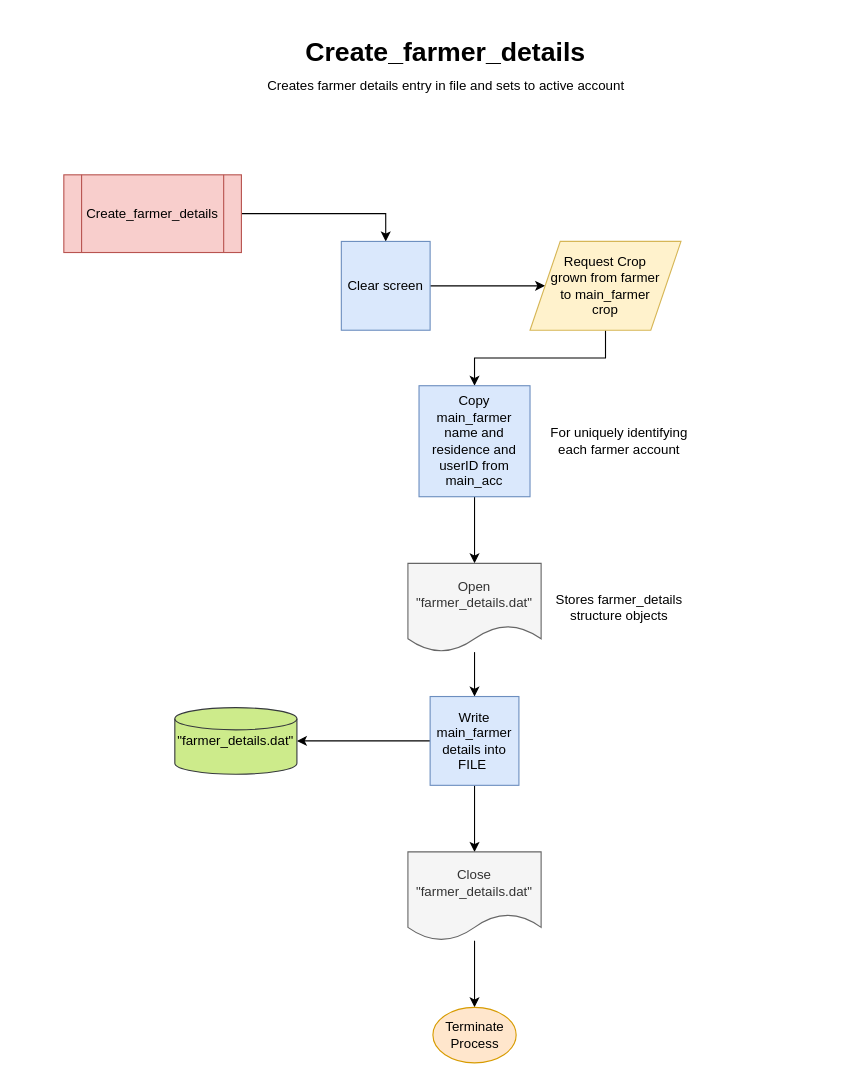
Before: Flow Charts/6. Create_farmer_details.drawio in dhruvbanerjee77/FARMHOUSE-A-Marketing-Portal, a draw.io diagram. Source tidied: cells renumbered, new cells numbered last; positions are measured from the earlier drawing's top-left corner, leaving out a move shared by most shapes. Both pictures are drawn from the tidied source at 111%, with x=0, y=0 at pixel (63, 30).
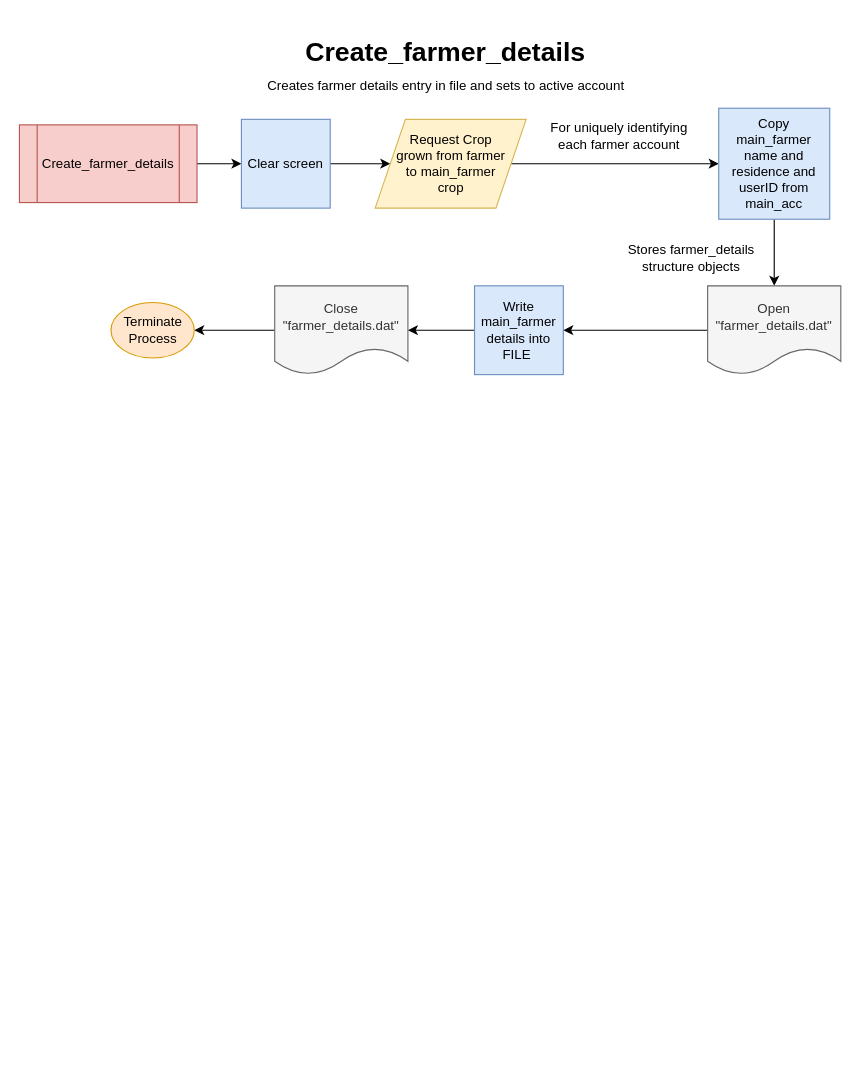
The same diagram, later.

The edit, as a diff of the source:
```diff
@@
-    <mxCell id="2" style="edgeStyle=orthogonalEdgeStyle;rounded=0;jettySize=auto;html=1;entryX=0.5;entryY=0;entryDx=0;entryDy=0;" parent="1" edge="1" source="3" target="5">
+    <mxCell id="2" style="edgeStyle=orthogonalEdgeStyle;rounded=0;jettySize=auto;html=1;entryX=0;entryY=0.5;entryDx=0;entryDy=0;" parent="1" edge="1" source="3" target="5">
       <mxGeometry relative="1" as="geometry" />
     </mxCell>
     <mxCell id="3" value="Create_farmer_details" style="shape=process;whiteSpace=wrap;html=1;backgroundOutline=1;strokeWidth=1;fillColor=#f8cecc;strokeColor=#b85450;" parent="1" vertex="1">
-      <mxGeometry y="130" width="160" height="70" as="geometry" />
+      <mxGeometry x="-40" y="85" width="160" height="70" as="geometry" />
     </mxCell>
-    <mxCell id="4" style="edgeStyle=orthogonalEdgeStyle;rounded=0;jettySize=auto;html=1;" parent="1" edge="1" source="5" target="7">
+    <mxCell id="4" style="edgeStyle=orthogonalEdgeStyle;rounded=0;jettySize=auto;html=1;entryX=0;entryY=0.5;entryDx=0;entryDy=0;" parent="1" edge="1" source="5" target="7">
       <mxGeometry relative="1" as="geometry" />
     </mxCell>
     <mxCell id="5" value="Clear screen" style="whiteSpace=wrap;html=1;strokeWidth=1;fillColor=#dae8fc;strokeColor=#6c8ebf;" parent="1" vertex="1">
-      <mxGeometry x="250" y="190" width="80" height="80" as="geometry" />
+      <mxGeometry x="160" y="80" width="80" height="80" as="geometry" />
     </mxCell>
@@
     <mxCell id="7" value="Request Crop grown from farmer to main_farmer crop" style="shape=parallelogram;perimeter=parallelogramPerimeter;whiteSpace=wrap;html=1;strokeWidth=1;spacingLeft=15;spacingRight=15;fillColor=#fff2cc;strokeColor=#d6b656;" parent="1" vertex="1">
-      <mxGeometry x="420" y="190" width="136" height="80" as="geometry" />
+      <mxGeometry x="280.5" y="80" width="136" height="80" as="geometry" />
     </mxCell>
-    <mxCell id="8" style="edgeStyle=orthogonalEdgeStyle;rounded=0;jettySize=auto;html=1;entryX=0.5;entryY=0;entryDx=0;entryDy=0;" parent="1" edge="1" source="9" target="11">
+    <mxCell id="8" style="edgeStyle=orthogonalEdgeStyle;rounded=0;jettySize=auto;html=1;" parent="1" edge="1" source="9" target="11">
       <mxGeometry relative="1" as="geometry" />
     </mxCell>
     <mxCell id="9" value="Copy main_farmer name and residence and userID from main_acc" style="whiteSpace=wrap;html=1;strokeWidth=1;fillColor=#dae8fc;strokeColor=#6c8ebf;" parent="1" vertex="1">
-      <mxGeometry x="320" y="320" width="100" height="100" as="geometry" />
+      <mxGeometry x="590" y="70" width="100" height="100" as="geometry" />
     </mxCell>
-    <mxCell id="10" style="edgeStyle=orthogonalEdgeStyle;rounded=0;jettySize=auto;html=1;entryX=0.5;entryY=0;entryDx=0;entryDy=0;" parent="1" edge="1" source="11" target="14">
+    <mxCell id="10" style="edgeStyle=orthogonalEdgeStyle;rounded=0;jettySize=auto;html=1;entryX=1;entryY=0.5;entryDx=0;entryDy=0;" parent="1" edge="1" source="11" target="14">
       <mxGeometry relative="1" as="geometry" />
     </mxCell>
     <mxCell id="11" value="Open &quot;farmer_details.dat&quot;" style="shape=document;whiteSpace=wrap;html=1;boundedLbl=1;strokeWidth=1;fillColor=#f5f5f5;strokeColor=#666666;fontColor=#333333;" parent="1" vertex="1">
-      <mxGeometry x="310" y="480" width="120" height="80" as="geometry" />
+      <mxGeometry x="580" y="230" width="120" height="80" as="geometry" />
     </mxCell>
-    <mxCell id="12" style="edgeStyle=orthogonalEdgeStyle;rounded=0;jettySize=auto;html=1;entryX=1;entryY=0.5;entryDx=0;entryDy=0;entryPerimeter=0;" parent="1" edge="1" source="14" target="15">
-      <mxGeometry relative="1" as="geometry" />
-    </mxCell>
-    <mxCell id="13" style="edgeStyle=orthogonalEdgeStyle;rounded=0;jettySize=auto;html=1;entryX=0.5;entryY=0;entryDx=0;entryDy=0;" parent="1" edge="1" source="14" target="17">
+    <mxCell id="13" style="edgeStyle=orthogonalEdgeStyle;rounded=0;jettySize=auto;html=1;entryX=1;entryY=0.5;entryDx=0;entryDy=0;" parent="1" edge="1" source="14" target="17">
       <mxGeometry relative="1" as="geometry" />
     </mxCell>
     <mxCell id="14" value="Write main_farmer details into FILE&amp;nbsp;" style="whiteSpace=wrap;html=1;strokeWidth=1;fillColor=#dae8fc;strokeColor=#6c8ebf;" parent="1" vertex="1">
-      <mxGeometry x="330" y="600" width="80" height="80" as="geometry" />
+      <mxGeometry x="370" y="230" width="80" height="80" as="geometry" />
     </mxCell>
-    <mxCell id="15" value="&quot;farmer_details.dat&quot;" style="strokeWidth=1;html=1;shape=mxgraph.flowchart.database;whiteSpace=wrap;fillColor=#cdeb8b;strokeColor=#36393d;" parent="1" vertex="1">
-      <mxGeometry x="100" y="610" width="110" height="60" as="geometry" />
-    </mxCell>
@@
     <mxCell id="17" value="Close &quot;farmer_details.dat&quot;" style="shape=document;whiteSpace=wrap;html=1;boundedLbl=1;strokeWidth=1;fillColor=#f5f5f5;strokeColor=#666666;fontColor=#333333;" parent="1" vertex="1">
-      <mxGeometry x="310" y="740" width="120" height="80" as="geometry" />
+      <mxGeometry x="190" y="230" width="120" height="80" as="geometry" />
     </mxCell>
     <mxCell id="18" value="Terminate Process" style="ellipse;whiteSpace=wrap;html=1;strokeWidth=1;fillColor=#ffe6cc;strokeColor=#d79b00;" parent="1" vertex="1">
-      <mxGeometry x="332.5" y="880" width="75" height="50" as="geometry" />
+      <mxGeometry x="42.5" y="245" width="75" height="50" as="geometry" />
     </mxCell>
@@
     <mxCell id="21" value="For uniquely identifying&lt;br&gt;each farmer account" style="text;html=1;align=center;verticalAlign=middle;" parent="1" vertex="1">
-      <mxGeometry x="430" y="355" width="140" height="30" as="geometry" />
+      <mxGeometry x="430" y="80" width="140" height="30" as="geometry" />
     </mxCell>
     <mxCell id="22" value="Stores farmer_details&lt;br&gt;structure objects" style="text;html=1;align=center;verticalAlign=middle;" parent="1" vertex="1">
-      <mxGeometry x="435" y="505" width="130" height="30" as="geometry" />
+      <mxGeometry x="500" y="190" width="130" height="30" as="geometry" />
     </mxCell>
```
